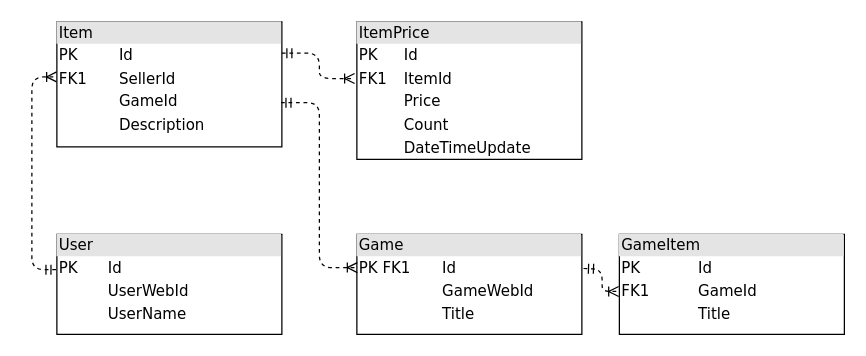
Earlier version of the draw.io diagram Web.Html.Parser.App/schema.drawio (highzor/html-parser-app). Source tidied: cells renumbered, new cells numbered last; positions are measured from the earlier drawing's top-left corner, leaving out a move shared by most shapes. Both pictures are drawn from the tidied source at 125%, with x=0, y=0 at pixel (31, 21).
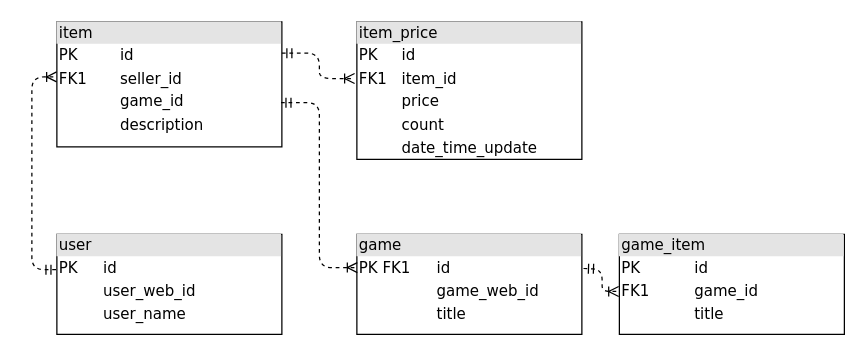
The same page after the edit.

Diff of the diagram source:
```diff
@@
 <mxGraphModel>
   <root>
     <mxCell id="0" />
     <mxCell id="1" parent="0" />
     <mxCell id="2" style="edgeStyle=orthogonalEdgeStyle;html=1;dashed=1;labelBackgroundColor=none;startArrow=ERmandOne;endArrow=ERoneToMany;fontFamily=Verdana;fontSize=12;align=left;exitX=-0.004;exitY=0.353;exitDx=0;exitDy=0;exitPerimeter=0;entryX=-0.001;entryY=0.44;entryDx=0;entryDy=0;entryPerimeter=0;" parent="1" edge="1" source="3" target="4">
       <mxGeometry relative="1" as="geometry">
         <Array as="points">
           <mxPoint y="198" />
           <mxPoint y="44" />
         </Array>
       </mxGeometry>
     </mxCell>
-    <mxCell id="3" value="&lt;div style=&quot;box-sizing: border-box ; width: 100% ; background: #e4e4e4 ; padding: 2px&quot;&gt;User&lt;/div&gt;&lt;table style=&quot;width: 100% ; font-size: 1em&quot; cellpadding=&quot;2&quot; cellspacing=&quot;0&quot;&gt;&lt;tbody&gt;&lt;tr&gt;&lt;td&gt;PK&lt;/td&gt;&lt;td&gt;Id&lt;/td&gt;&lt;/tr&gt;&lt;tr&gt;&lt;td&gt;&lt;br&gt;&lt;/td&gt;&lt;td&gt;UserWebId&lt;/td&gt;&lt;/tr&gt;&lt;tr&gt;&lt;td&gt;&lt;/td&gt;&lt;td&gt;UserName&lt;/td&gt;&lt;/tr&gt;&lt;/tbody&gt;&lt;/table&gt;" style="verticalAlign=top;align=left;overflow=fill;html=1;rounded=0;shadow=0;comic=0;labelBackgroundColor=none;strokeWidth=1;fontFamily=Verdana;fontSize=12;" parent="1" vertex="1">
+    <mxCell id="3" value="&lt;div style=&quot;box-sizing: border-box ; width: 100% ; background: #e4e4e4 ; padding: 2px&quot;&gt;user&lt;/div&gt;&lt;table style=&quot;width: 100% ; font-size: 1em&quot; cellpadding=&quot;2&quot; cellspacing=&quot;0&quot;&gt;&lt;tbody&gt;&lt;tr&gt;&lt;td&gt;PK&lt;/td&gt;&lt;td&gt;id&lt;/td&gt;&lt;/tr&gt;&lt;tr&gt;&lt;td&gt;&lt;br&gt;&lt;/td&gt;&lt;td&gt;user_web_id&lt;/td&gt;&lt;/tr&gt;&lt;tr&gt;&lt;td&gt;&lt;/td&gt;&lt;td&gt;user_name&lt;/td&gt;&lt;/tr&gt;&lt;/tbody&gt;&lt;/table&gt;" style="verticalAlign=top;align=left;overflow=fill;html=1;rounded=0;shadow=0;comic=0;labelBackgroundColor=none;strokeWidth=1;fontFamily=Verdana;fontSize=12;" parent="1" vertex="1">
       <mxGeometry x="20" y="170" width="180" height="80" as="geometry" />
     </mxCell>
-    <mxCell id="4" value="&lt;div style=&quot;box-sizing:border-box;width:100%;background:#e4e4e4;padding:2px;&quot;&gt;Item&lt;/div&gt;&lt;table style=&quot;width:100%;font-size:1em;&quot; cellpadding=&quot;2&quot; cellspacing=&quot;0&quot;&gt;&lt;tbody&gt;&lt;tr&gt;&lt;td&gt;PK&lt;/td&gt;&lt;td&gt;Id&lt;/td&gt;&lt;/tr&gt;&lt;tr&gt;&lt;td&gt;FK1&lt;br&gt;&lt;/td&gt;&lt;td&gt;SellerId&lt;/td&gt;&lt;/tr&gt;&lt;tr&gt;&lt;td&gt;&lt;br&gt;&lt;/td&gt;&lt;td&gt;GameId&lt;/td&gt;&lt;/tr&gt;&lt;tr&gt;&lt;td&gt;&lt;br&gt;&lt;/td&gt;&lt;td&gt;Description&lt;br&gt;&lt;/td&gt;&lt;/tr&gt;&lt;tr&gt;&lt;td&gt;&lt;br&gt;&lt;/td&gt;&lt;td&gt;&lt;br&gt;&lt;/td&gt;&lt;/tr&gt;&lt;/tbody&gt;&lt;/table&gt;" style="verticalAlign=top;align=left;overflow=fill;html=1;rounded=0;shadow=0;comic=0;labelBackgroundColor=none;strokeWidth=1;fontFamily=Verdana;fontSize=12;" parent="1" vertex="1">
+    <mxCell id="4" value="&lt;div style=&quot;box-sizing:border-box;width:100%;background:#e4e4e4;padding:2px;&quot;&gt;item&lt;/div&gt;&lt;table style=&quot;width:100%;font-size:1em;&quot; cellpadding=&quot;2&quot; cellspacing=&quot;0&quot;&gt;&lt;tbody&gt;&lt;tr&gt;&lt;td&gt;PK&lt;/td&gt;&lt;td&gt;id&lt;/td&gt;&lt;/tr&gt;&lt;tr&gt;&lt;td&gt;FK1&lt;br&gt;&lt;/td&gt;&lt;td&gt;seller_id&lt;/td&gt;&lt;/tr&gt;&lt;tr&gt;&lt;td&gt;&lt;br&gt;&lt;/td&gt;&lt;td&gt;game_id&lt;/td&gt;&lt;/tr&gt;&lt;tr&gt;&lt;td&gt;&lt;br&gt;&lt;/td&gt;&lt;td&gt;description&lt;br&gt;&lt;/td&gt;&lt;/tr&gt;&lt;tr&gt;&lt;td&gt;&lt;br&gt;&lt;/td&gt;&lt;td&gt;&lt;br&gt;&lt;/td&gt;&lt;/tr&gt;&lt;/tbody&gt;&lt;/table&gt;" style="verticalAlign=top;align=left;overflow=fill;html=1;rounded=0;shadow=0;comic=0;labelBackgroundColor=none;strokeWidth=1;fontFamily=Verdana;fontSize=12;" parent="1" vertex="1">
       <mxGeometry x="20" width="180" height="100" as="geometry" />
     </mxCell>
-    <mxCell id="5" value="&lt;div style=&quot;box-sizing:border-box;width:100%;background:#e4e4e4;padding:2px;&quot;&gt;ItemPrice&lt;/div&gt;&lt;table style=&quot;width:100%;font-size:1em;&quot; cellpadding=&quot;2&quot; cellspacing=&quot;0&quot;&gt;&lt;tbody&gt;&lt;tr&gt;&lt;td&gt;PK&lt;/td&gt;&lt;td&gt;Id&lt;/td&gt;&lt;/tr&gt;&lt;tr&gt;&lt;td&gt;FK1&lt;/td&gt;&lt;td&gt;ItemId&lt;/td&gt;&lt;/tr&gt;&lt;tr&gt;&lt;td&gt;&lt;br&gt;&lt;/td&gt;&lt;td&gt;Price&lt;/td&gt;&lt;/tr&gt;&lt;tr&gt;&lt;td&gt;&lt;br&gt;&lt;/td&gt;&lt;td&gt;Count&lt;br&gt;&lt;/td&gt;&lt;/tr&gt;&lt;tr&gt;&lt;td&gt;&lt;br&gt;&lt;/td&gt;&lt;td&gt;DateTimeUpdate&lt;br&gt;&lt;/td&gt;&lt;/tr&gt;&lt;/tbody&gt;&lt;/table&gt;" style="verticalAlign=top;align=left;overflow=fill;html=1;rounded=0;shadow=0;comic=0;labelBackgroundColor=none;strokeWidth=1;fontFamily=Verdana;fontSize=12;" parent="1" vertex="1">
+    <mxCell id="5" value="&lt;div style=&quot;box-sizing:border-box;width:100%;background:#e4e4e4;padding:2px;&quot;&gt;item_price&lt;/div&gt;&lt;table style=&quot;width:100%;font-size:1em;&quot; cellpadding=&quot;2&quot; cellspacing=&quot;0&quot;&gt;&lt;tbody&gt;&lt;tr&gt;&lt;td&gt;PK&lt;/td&gt;&lt;td&gt;id&lt;/td&gt;&lt;/tr&gt;&lt;tr&gt;&lt;td&gt;FK1&lt;/td&gt;&lt;td&gt;item_id&lt;/td&gt;&lt;/tr&gt;&lt;tr&gt;&lt;td&gt;&lt;br&gt;&lt;/td&gt;&lt;td&gt;price&lt;/td&gt;&lt;/tr&gt;&lt;tr&gt;&lt;td&gt;&lt;br&gt;&lt;/td&gt;&lt;td&gt;count&lt;br&gt;&lt;/td&gt;&lt;/tr&gt;&lt;tr&gt;&lt;td&gt;&lt;br&gt;&lt;/td&gt;&lt;td&gt;date_time_update&lt;br&gt;&lt;/td&gt;&lt;/tr&gt;&lt;/tbody&gt;&lt;/table&gt;" style="verticalAlign=top;align=left;overflow=fill;html=1;rounded=0;shadow=0;comic=0;labelBackgroundColor=none;strokeWidth=1;fontFamily=Verdana;fontSize=12;" parent="1" vertex="1">
       <mxGeometry x="260" width="180" height="110" as="geometry" />
     </mxCell>
     <mxCell id="6" style="edgeStyle=orthogonalEdgeStyle;html=1;dashed=1;labelBackgroundColor=none;startArrow=ERmandOne;endArrow=ERoneToMany;fontFamily=Verdana;fontSize=12;align=left;exitX=1;exitY=0.25;exitDx=0;exitDy=0;entryX=-0.01;entryY=0.412;entryDx=0;entryDy=0;entryPerimeter=0;" parent="1" edge="1" source="4" target="5">
       <mxGeometry x="0.49" y="-187" relative="1" as="geometry">
         <mxPoint x="-27" y="98" as="offset" />
       </mxGeometry>
     </mxCell>
-    <mxCell id="7" value="&lt;div style=&quot;box-sizing:border-box;width:100%;background:#e4e4e4;padding:2px;&quot;&gt;Game&lt;/div&gt;&lt;table style=&quot;width:100%;font-size:1em;&quot; cellpadding=&quot;2&quot; cellspacing=&quot;0&quot;&gt;&lt;tbody&gt;&lt;tr&gt;&lt;td&gt;PK FK1&lt;/td&gt;&lt;td&gt;Id&lt;/td&gt;&lt;/tr&gt;&lt;tr&gt;&lt;td&gt;&lt;br&gt;&lt;/td&gt;&lt;td&gt;GameWebId&lt;/td&gt;&lt;/tr&gt;&lt;tr&gt;&lt;td&gt;&lt;br&gt;&lt;/td&gt;&lt;td&gt;Title&lt;/td&gt;&lt;/tr&gt;&lt;/tbody&gt;&lt;/table&gt;" style="verticalAlign=top;align=left;overflow=fill;html=1;rounded=0;shadow=0;comic=0;labelBackgroundColor=none;strokeWidth=1;fontFamily=Verdana;fontSize=12;" parent="1" vertex="1">
+    <mxCell id="7" value="&lt;div style=&quot;box-sizing:border-box;width:100%;background:#e4e4e4;padding:2px;&quot;&gt;game&lt;/div&gt;&lt;table style=&quot;width:100%;font-size:1em;&quot; cellpadding=&quot;2&quot; cellspacing=&quot;0&quot;&gt;&lt;tbody&gt;&lt;tr&gt;&lt;td&gt;PK FK1&lt;/td&gt;&lt;td&gt;id&lt;/td&gt;&lt;/tr&gt;&lt;tr&gt;&lt;td&gt;&lt;br&gt;&lt;/td&gt;&lt;td&gt;game_web_id&lt;/td&gt;&lt;/tr&gt;&lt;tr&gt;&lt;td&gt;&lt;br&gt;&lt;/td&gt;&lt;td&gt;title&lt;/td&gt;&lt;/tr&gt;&lt;/tbody&gt;&lt;/table&gt;" style="verticalAlign=top;align=left;overflow=fill;html=1;rounded=0;shadow=0;comic=0;labelBackgroundColor=none;strokeWidth=1;fontFamily=Verdana;fontSize=12;" parent="1" vertex="1">
       <mxGeometry x="260" y="170" width="180" height="80" as="geometry" />
     </mxCell>
     <mxCell id="8" style="edgeStyle=orthogonalEdgeStyle;html=1;dashed=1;labelBackgroundColor=none;startArrow=ERmandOne;endArrow=ERoneToMany;fontFamily=Verdana;fontSize=12;align=left;exitX=0.996;exitY=0.646;exitDx=0;exitDy=0;entryX=0.002;entryY=0.332;entryDx=0;entryDy=0;entryPerimeter=0;exitPerimeter=0;" parent="1" edge="1" source="4" target="7">
       <mxGeometry x="0.49" y="-187" relative="1" as="geometry">
         <mxPoint x="-27" y="98" as="offset" />
       </mxGeometry>
     </mxCell>
-    <mxCell id="9" value="&lt;div style=&quot;box-sizing:border-box;width:100%;background:#e4e4e4;padding:2px;&quot;&gt;GameItem&lt;/div&gt;&lt;table style=&quot;width:100%;font-size:1em;&quot; cellpadding=&quot;2&quot; cellspacing=&quot;0&quot;&gt;&lt;tbody&gt;&lt;tr&gt;&lt;td&gt;PK&lt;/td&gt;&lt;td&gt;Id&lt;/td&gt;&lt;/tr&gt;&lt;tr&gt;&lt;td&gt;FK1&lt;br&gt;&lt;/td&gt;&lt;td&gt;GameId&lt;/td&gt;&lt;/tr&gt;&lt;tr&gt;&lt;td&gt;&lt;br&gt;&lt;/td&gt;&lt;td&gt;Title&lt;/td&gt;&lt;/tr&gt;&lt;/tbody&gt;&lt;/table&gt;" style="verticalAlign=top;align=left;overflow=fill;html=1;rounded=0;shadow=0;comic=0;labelBackgroundColor=none;strokeWidth=1;fontFamily=Verdana;fontSize=12;" parent="1" vertex="1">
+    <mxCell id="9" value="&lt;div style=&quot;box-sizing:border-box;width:100%;background:#e4e4e4;padding:2px;&quot;&gt;game_item&lt;/div&gt;&lt;table style=&quot;width:100%;font-size:1em;&quot; cellpadding=&quot;2&quot; cellspacing=&quot;0&quot;&gt;&lt;tbody&gt;&lt;tr&gt;&lt;td&gt;PK&lt;/td&gt;&lt;td&gt;id&lt;/td&gt;&lt;/tr&gt;&lt;tr&gt;&lt;td&gt;FK1&lt;br&gt;&lt;/td&gt;&lt;td&gt;game_id&lt;/td&gt;&lt;/tr&gt;&lt;tr&gt;&lt;td&gt;&lt;br&gt;&lt;/td&gt;&lt;td&gt;title&lt;/td&gt;&lt;/tr&gt;&lt;/tbody&gt;&lt;/table&gt;" style="verticalAlign=top;align=left;overflow=fill;html=1;rounded=0;shadow=0;comic=0;labelBackgroundColor=none;strokeWidth=1;fontFamily=Verdana;fontSize=12;" parent="1" vertex="1">
       <mxGeometry x="470" y="170" width="180" height="80" as="geometry" />
     </mxCell>
     <mxCell id="10" style="edgeStyle=orthogonalEdgeStyle;html=1;dashed=1;labelBackgroundColor=none;startArrow=ERmandOne;endArrow=ERoneToMany;fontFamily=Verdana;fontSize=12;align=left;exitX=1.007;exitY=0.316;exitDx=0;exitDy=0;exitPerimeter=0;entryX=-0.003;entryY=0.571;entryDx=0;entryDy=0;entryPerimeter=0;" parent="1" edge="1" target="9">
       <mxGeometry x="0.49" y="-187" relative="1" as="geometry">
         <mxPoint x="441.3" y="197.3" as="sourcePoint" />
         <mxPoint x="-27" y="98" as="offset" />
       </mxGeometry>
     </mxCell>
   </root>
 </mxGraphModel>
```
